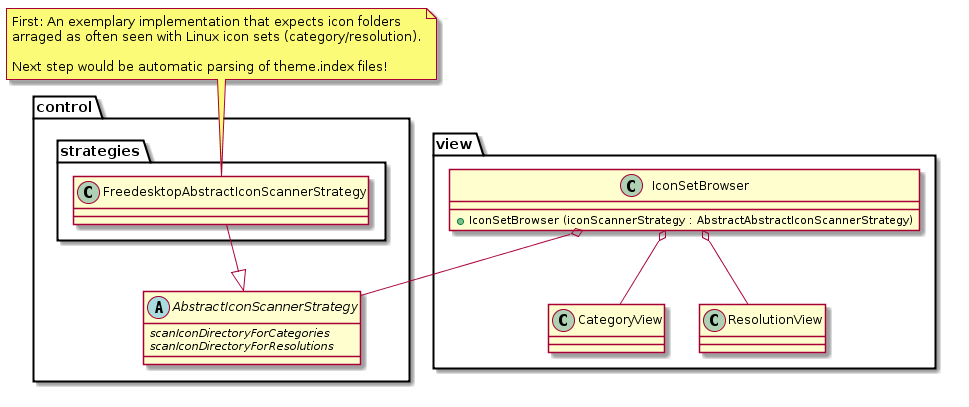
Above: Concept/classes.png in Manuel-Kehl/Icon-Set-Forge (PlantUML), before the change.
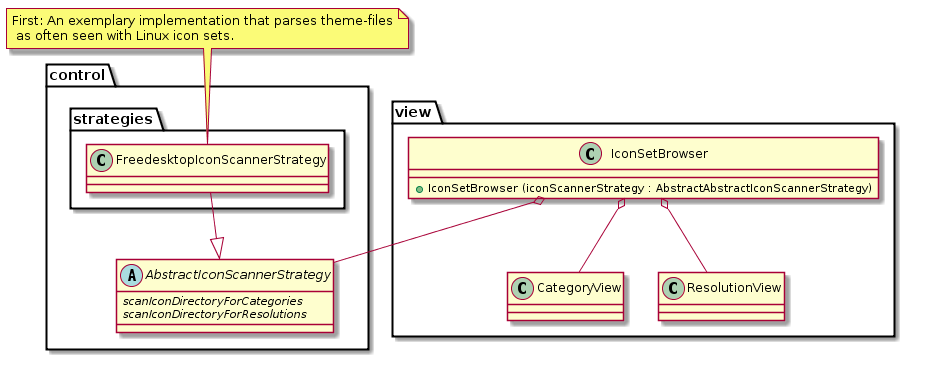
The same diagram one commit later.

Commit message:
Renamed FreedesktopAbstractIconStrategy to FreedesktopIconStrategy, as it is NOT abstract due to its concrete implementation.

The edit, as a diff of the source:
```diff
@@ -5,11 +5,11 @@
 		{abstract} + scanIconDirectoryForResolutions
 	}
 	package strategies {
-		class FreedesktopAbstractIconScannerStrategy --|> AbstractIconScannerStrategy
+		class FreedesktopIconScannerStrategy --|> AbstractIconScannerStrategy
 	}
 }
 
-note top of FreedesktopAbstractIconScannerStrategy: First: An exemplary implementation that expects icon folders\narraged as often seen with Linux icon sets (category/resolution).\n\nNext step would be automatic parsing of theme.index files!
+note top of FreedesktopIconScannerStrategy: First: An exemplary implementation that parses theme-files\n as often seen with Linux icon sets.
 
 package view {
 	class CategoryView
@@ -19,6 +19,7 @@
 	}
 }
 
+
 IconSetBrowser o-- AbstractIconScannerStrategy
 IconSetBrowser o-- ResolutionView
 IconSetBrowser o-- CategoryView
```
